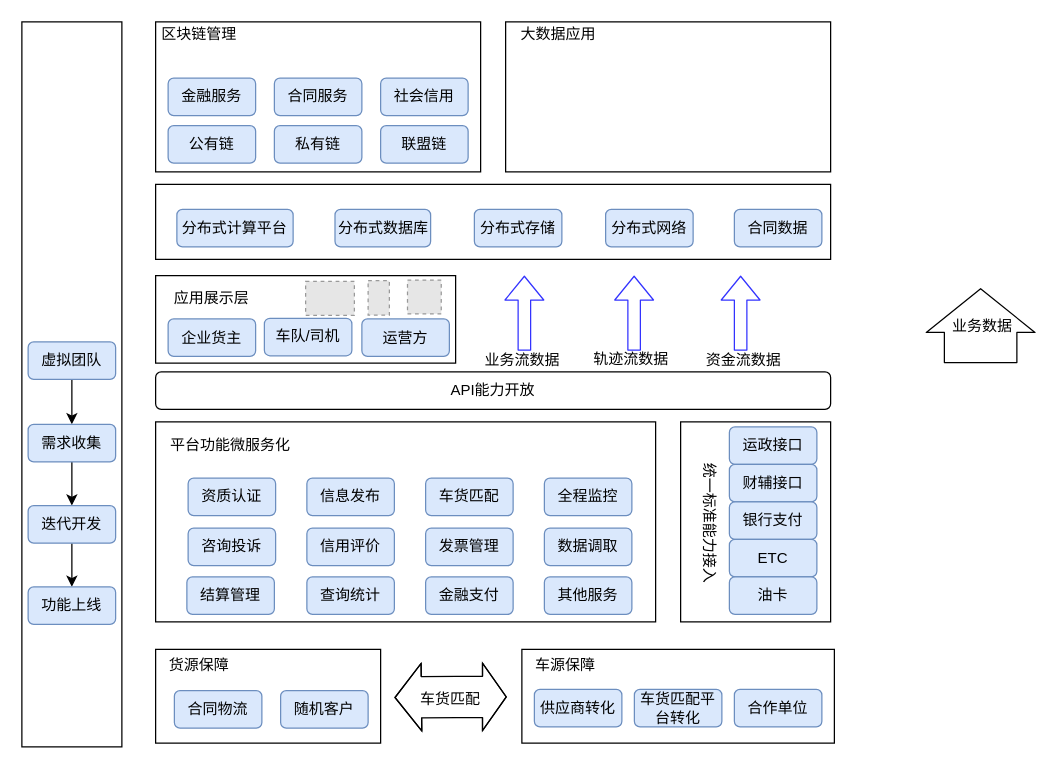
Before: 平台业务架构.drawio in chenyibang/rdpwrap, a draw.io diagram. Source tidied: cells renumbered, new cells numbered last; positions are measured from the earlier drawing's top-left corner, leaving out a move shared by most shapes. Both pictures are drawn from the tidied source at 125%, with x=0, y=0 at pixel (21, 21). Pictures stored in the file or linked from it are replaced by grey dashed boxes.
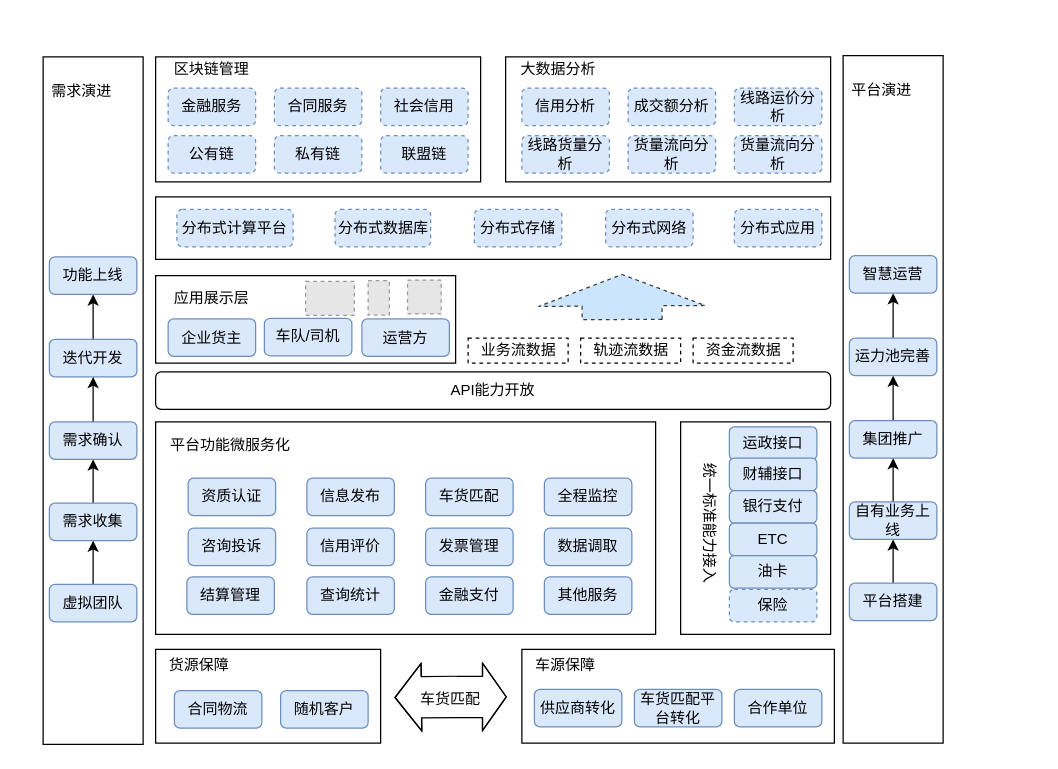
After the change.

Commit message (it also covers changes not shown here):
更新平台业务架构.drawio

What changed in the source:
```diff
@@
     <mxCell id="3" style="rounded=0;whiteSpace=wrap;html=1;" parent="1" vertex="1">
-      <mxGeometry x="107" y="320" width="400" height="160" as="geometry" />
+      <mxGeometry x="107" y="320" width="400" height="170" as="geometry" />
     </mxCell>
     <mxCell id="4" style="rounded=0;whiteSpace=wrap;html=1;" parent="1" vertex="1">
-      <mxGeometry x="527" y="320" width="120" height="160" as="geometry" />
+      <mxGeometry x="527" y="320" width="120" height="170" as="geometry" />
     </mxCell>
-    <mxCell id="5" style="shape=flexArrow;endArrow=classic;html=1;width=58;endSize=11.33;endWidth=28;" parent="1" edge="1">
-      <mxGeometry relative="1" as="geometry">
-        <mxPoint x="767" y="273" as="sourcePoint" />
-        <mxPoint x="767" y="213" as="targetPoint" />
-      </mxGeometry>
-    </mxCell>
-    <mxCell id="6" value="业务数据" style="text;html=1;align=center;verticalAlign=middle;labelBackgroundColor=#ffffff;" parent="5" vertex="1">
-      <mxGeometry x="-0.03" y="13" relative="1" as="geometry">
-        <mxPoint x="13" y="-0.4" as="offset" />
-      </mxGeometry>
-    </mxCell>
@@
     <mxCell id="17" value="运政接口" style="rounded=1;whiteSpace=wrap;html=1;fillColor=#dae8fc;strokeColor=#6c8ebf;strokeWidth=1;gradientColor=none;" parent="1" vertex="1">
-      <mxGeometry x="566" y="324" width="70" height="30" as="geometry" />
+      <mxGeometry x="566" y="324" width="70" height="26" as="geometry" />
     </mxCell>
     <mxCell id="18" value="财辅接口" style="rounded=1;whiteSpace=wrap;html=1;fillColor=#dae8fc;strokeColor=#6c8ebf;" parent="1" vertex="1">
-      <mxGeometry x="566" y="354" width="70" height="30" as="geometry" />
+      <mxGeometry x="566" y="349" width="70" height="26" as="geometry" />
     </mxCell>
     <mxCell id="19" value="银行支付" style="rounded=1;whiteSpace=wrap;html=1;fillColor=#dae8fc;strokeColor=#6c8ebf;" parent="1" vertex="1">
-      <mxGeometry x="566" y="384" width="70" height="30" as="geometry" />
+      <mxGeometry x="566" y="375" width="70" height="26" as="geometry" />
     </mxCell>
     <mxCell id="20" value="ETC" style="rounded=1;whiteSpace=wrap;html=1;fillColor=#dae8fc;strokeColor=#6c8ebf;" parent="1" vertex="1">
-      <mxGeometry x="566" y="414" width="70" height="30" as="geometry" />
+      <mxGeometry x="566" y="401" width="70" height="26" as="geometry" />
     </mxCell>
     <mxCell id="21" value="油卡" style="rounded=1;whiteSpace=wrap;html=1;fillColor=#dae8fc;strokeColor=#6c8ebf;" parent="1" vertex="1">
-      <mxGeometry x="566" y="444" width="70" height="30" as="geometry" />
+      <mxGeometry x="566" y="427" width="70" height="26" as="geometry" />
     </mxCell>
@@
     <mxCell id="35" style="rounded=0;whiteSpace=wrap;html=1;" parent="1" vertex="1">
-      <mxGeometry width="80" height="580" as="geometry" />
+      <mxGeometry x="17" y="28" width="80" height="550" as="geometry" />
     </mxCell>
-    <mxCell id="36" style="edgeStyle=orthogonalEdgeStyle;rounded=0;jettySize=auto;html=1;" parent="1" edge="1" source="37" target="39">
-      <mxGeometry relative="1" as="geometry" />
-    </mxCell>
+    <mxCell id="75" style="edgeStyle=orthogonalEdgeStyle;rounded=0;jettySize=auto;html=1;entryX=0.5;entryY=1;entryDx=0;entryDy=0;strokeColor=#000000;" parent="1" edge="1" source="37" target="79">
+      <mxGeometry relative="1" as="geometry" />
+    </mxCell>
-    <mxCell id="37" value="虚拟团队" style="rounded=1;whiteSpace=wrap;html=1;fillColor=#dae8fc;strokeColor=#6c8ebf;" parent="1" vertex="1">
-      <mxGeometry x="5" y="256" width="70" height="30" as="geometry" />
+    <mxCell id="37" value="迭代开发" style="rounded=1;whiteSpace=wrap;html=1;fillColor=#dae8fc;strokeColor=#6c8ebf;" parent="1" vertex="1">
+      <mxGeometry x="22" y="254" width="70" height="30" as="geometry" />
     </mxCell>
-    <mxCell id="38" style="edgeStyle=orthogonalEdgeStyle;rounded=0;jettySize=auto;html=1;" parent="1" edge="1" source="39" target="41">
-      <mxGeometry relative="1" as="geometry" />
-    </mxCell>
+    <mxCell id="76" style="edgeStyle=orthogonalEdgeStyle;rounded=0;jettySize=auto;html=1;entryX=0.5;entryY=1;entryDx=0;entryDy=0;strokeColor=#000000;" parent="1" edge="1" source="39" target="37">
+      <mxGeometry relative="1" as="geometry" />
+    </mxCell>
-    <mxCell id="39" value="需求收集" style="rounded=1;whiteSpace=wrap;html=1;fillColor=#dae8fc;strokeColor=#6c8ebf;" parent="1" vertex="1">
-      <mxGeometry x="5" y="322" width="70" height="30" as="geometry" />
+    <mxCell id="39" value="需求确认" style="rounded=1;whiteSpace=wrap;html=1;fillColor=#dae8fc;strokeColor=#6c8ebf;" parent="1" vertex="1">
+      <mxGeometry x="22" y="320" width="70" height="30" as="geometry" />
     </mxCell>
-    <mxCell id="40" style="edgeStyle=orthogonalEdgeStyle;rounded=0;jettySize=auto;html=1;" parent="1" edge="1" source="41" target="42">
-      <mxGeometry relative="1" as="geometry" />
-    </mxCell>
+    <mxCell id="77" style="edgeStyle=orthogonalEdgeStyle;rounded=0;jettySize=auto;html=1;entryX=0.5;entryY=1;entryDx=0;entryDy=0;strokeColor=#000000;" parent="1" edge="1" source="41" target="39">
+      <mxGeometry relative="1" as="geometry" />
+    </mxCell>
-    <mxCell id="41" value="迭代开发" style="rounded=1;whiteSpace=wrap;html=1;fillColor=#dae8fc;strokeColor=#6c8ebf;" parent="1" vertex="1">
-      <mxGeometry x="5" y="387" width="70" height="30" as="geometry" />
+    <mxCell id="41" value="需求收集" style="rounded=1;whiteSpace=wrap;html=1;fillColor=#dae8fc;strokeColor=#6c8ebf;" parent="1" vertex="1">
+      <mxGeometry x="22" y="385" width="70" height="30" as="geometry" />
     </mxCell>
+    <mxCell id="78" style="edgeStyle=orthogonalEdgeStyle;rounded=0;jettySize=auto;html=1;entryX=0.5;entryY=1;entryDx=0;entryDy=0;strokeColor=#000000;" parent="1" edge="1" source="42" target="41">
+      <mxGeometry relative="1" as="geometry" />
+    </mxCell>
-    <mxCell id="42" value="功能上线" style="rounded=1;whiteSpace=wrap;html=1;fillColor=#dae8fc;strokeColor=#6c8ebf;" parent="1" vertex="1">
-      <mxGeometry x="5" y="452" width="70" height="30" as="geometry" />
+    <mxCell id="42" value="虚拟团队" style="rounded=1;whiteSpace=wrap;html=1;fillColor=#dae8fc;strokeColor=#6c8ebf;" parent="1" vertex="1">
+      <mxGeometry x="22" y="450" width="70" height="30" as="geometry" />
     </mxCell>
+    <mxCell id="79" value="功能上线" style="rounded=1;whiteSpace=wrap;html=1;fillColor=#dae8fc;strokeColor=#6c8ebf;" parent="1" vertex="1">
+      <mxGeometry x="22" y="188" width="70" height="30" as="geometry" />
+    </mxCell>
@@
     <mxCell id="53" style="rounded=0;whiteSpace=wrap;html=1;" parent="1" vertex="1">
-      <mxGeometry x="107" y="130" width="540" height="60" as="geometry" />
+      <mxGeometry x="107" y="140" width="540" height="50" as="geometry" />
     </mxCell>
-    <mxCell id="54" style="endArrow=classic;html=1;shape=flexArrow;strokeColor=#3333FF;" parent="1" edge="1">
-      <mxGeometry relative="1" as="geometry">
-        <mxPoint x="402" y="263" as="sourcePoint" />
-        <mxPoint x="402" y="203" as="targetPoint" />
-      </mxGeometry>
-    </mxCell>
-    <mxCell id="55" value="业务流数据" style="text;html=1;align=center;verticalAlign=middle;" parent="1" vertex="1">
-      <mxGeometry x="360" y="261" width="80" height="20" as="geometry" />
+    <mxCell id="55" value="业务流数据" style="text;html=1;align=center;verticalAlign=middle;rounded=0;strokeColor=#000000;dashed=1;" parent="1" vertex="1">
+      <mxGeometry x="357" y="253" width="80" height="20" as="geometry" />
     </mxCell>
-    <mxCell id="56" style="endArrow=classic;html=1;strokeColor=#3333FF;shape=flexArrow;" parent="1" edge="1">
+    <mxCell id="56" style="endArrow=classic;html=1;strokeColor=#36393d;shape=flexArrow;endWidth=68;endSize=8.05;width=64;fillColor=#cce5ff;dashed=1;" parent="1" edge="1">
       <mxGeometry relative="1" as="geometry">
-        <mxPoint x="489.8" y="263" as="sourcePoint" />
-        <mxPoint x="489.8" y="203" as="targetPoint" />
+        <mxPoint x="480.2" y="238.6" as="sourcePoint" />
+        <mxPoint x="480" y="201.6" as="targetPoint" />
       </mxGeometry>
     </mxCell>
-    <mxCell id="57" value="轨迹流数据" style="text;html=1;align=center;verticalAlign=middle;" parent="1" vertex="1">
-      <mxGeometry x="447" y="260" width="80" height="20" as="geometry" />
+    <mxCell id="57" value="轨迹流数据" style="text;html=1;align=center;verticalAlign=middle;strokeColor=#000000;dashed=1;" parent="1" vertex="1">
+      <mxGeometry x="447" y="253" width="80" height="20" as="geometry" />
     </mxCell>
-    <mxCell id="58" style="endArrow=classic;html=1;strokeColor=#3333FF;shape=flexArrow;" parent="1" edge="1">
-      <mxGeometry relative="1" as="geometry">
-        <mxPoint x="575" y="263" as="sourcePoint" />
-        <mxPoint x="575" y="203" as="targetPoint" />
-      </mxGeometry>
-    </mxCell>
-    <mxCell id="59" value="资金流数据" style="text;html=1;align=center;verticalAlign=middle;" parent="1" vertex="1">
-      <mxGeometry x="537" y="261" width="80" height="20" as="geometry" />
+    <mxCell id="59" value="资金流数据" style="text;html=1;align=center;verticalAlign=middle;strokeColor=#000000;dashed=1;" parent="1" vertex="1">
+      <mxGeometry x="537" y="253" width="80" height="20" as="geometry" />
     </mxCell>
-    <mxCell id="60" value="分布式计算平台" style="rounded=1;whiteSpace=wrap;html=1;fillColor=#dae8fc;strokeColor=#6c8ebf;" parent="1" vertex="1">
+    <mxCell id="60" value="分布式计算平台" style="rounded=1;whiteSpace=wrap;html=1;fillColor=#dae8fc;strokeColor=#6c8ebf;dashed=1;" parent="1" vertex="1">
       <mxGeometry x="124" y="150" width="93" height="30" as="geometry" />
     </mxCell>
-    <mxCell id="61" value="分布式数据库" style="rounded=1;whiteSpace=wrap;html=1;fillColor=#dae8fc;strokeColor=#6c8ebf;" parent="1" vertex="1">
+    <mxCell id="61" value="分布式数据库" style="rounded=1;whiteSpace=wrap;html=1;fillColor=#dae8fc;strokeColor=#6c8ebf;dashed=1;" parent="1" vertex="1">
       <mxGeometry x="250.5" y="150" width="76.5" height="30" as="geometry" />
     </mxCell>
-    <mxCell id="62" value="分布式存储" style="rounded=1;whiteSpace=wrap;html=1;fillColor=#dae8fc;strokeColor=#6c8ebf;" parent="1" vertex="1">
+    <mxCell id="62" value="分布式存储" style="rounded=1;whiteSpace=wrap;html=1;fillColor=#dae8fc;strokeColor=#6c8ebf;dashed=1;" parent="1" vertex="1">
       <mxGeometry x="362" y="150" width="70" height="30" as="geometry" />
     </mxCell>
-    <mxCell id="63" value="分布式网络" style="rounded=1;whiteSpace=wrap;html=1;fillColor=#dae8fc;strokeColor=#6c8ebf;" parent="1" vertex="1">
+    <mxCell id="63" value="分布式网络" style="rounded=1;whiteSpace=wrap;html=1;fillColor=#dae8fc;strokeColor=#6c8ebf;dashed=1;" parent="1" vertex="1">
       <mxGeometry x="467" y="150" width="70" height="30" as="geometry" />
     </mxCell>
-    <mxCell id="64" value="合同数据" style="rounded=1;whiteSpace=wrap;html=1;fillColor=#dae8fc;strokeColor=#6c8ebf;" parent="1" vertex="1">
+    <mxCell id="64" value="分布式应用" style="rounded=1;whiteSpace=wrap;html=1;fillColor=#dae8fc;strokeColor=#6c8ebf;dashed=1;" parent="1" vertex="1">
       <mxGeometry x="570" y="150" width="70" height="30" as="geometry" />
     </mxCell>
     <mxCell id="65" style="rounded=0;whiteSpace=wrap;html=1;strokeWidth=1;gradientColor=none;" parent="1" vertex="1">
-      <mxGeometry x="107" width="260" height="120" as="geometry" />
+      <mxGeometry x="107" y="28" width="260" height="100" as="geometry" />
     </mxCell>
     <mxCell id="66" style="rounded=0;whiteSpace=wrap;html=1;strokeWidth=1;gradientColor=none;" parent="1" vertex="1">
-      <mxGeometry x="387" width="260" height="120" as="geometry" />
+      <mxGeometry x="387" y="28" width="260" height="100" as="geometry" />
     </mxCell>
     <mxCell id="67" value="区块链管理" style="text;html=1;strokeColor=none;fillColor=none;align=center;verticalAlign=middle;whiteSpace=wrap;rounded=0;" parent="1" vertex="1">
-      <mxGeometry x="107" width="70" height="20" as="geometry" />
+      <mxGeometry x="117" y="28" width="70" height="20" as="geometry" />
     </mxCell>
-    <mxCell id="68" value="大数据应用" style="text;html=1;strokeColor=none;fillColor=none;align=center;verticalAlign=middle;whiteSpace=wrap;rounded=0;" parent="1" vertex="1">
-      <mxGeometry x="392" width="75" height="20" as="geometry" />
+    <mxCell id="68" value="大数据分析" style="text;html=1;strokeColor=none;fillColor=none;align=center;verticalAlign=middle;whiteSpace=wrap;rounded=0;" parent="1" vertex="1">
+      <mxGeometry x="392" y="28" width="75" height="20" as="geometry" />
     </mxCell>
-    <mxCell id="69" value="金融服务" style="rounded=1;whiteSpace=wrap;html=1;fillColor=#dae8fc;strokeColor=#6c8ebf;" parent="1" vertex="1">
-      <mxGeometry x="117" y="45" width="70" height="30" as="geometry" />
+    <mxCell id="69" value="金融服务" style="rounded=1;whiteSpace=wrap;html=1;fillColor=#dae8fc;strokeColor=#6c8ebf;dashed=1;" parent="1" vertex="1">
+      <mxGeometry x="117" y="53" width="70" height="30" as="geometry" />
     </mxCell>
-    <mxCell id="70" value="合同服务" style="rounded=1;whiteSpace=wrap;html=1;fillColor=#dae8fc;strokeColor=#6c8ebf;" parent="1" vertex="1">
-      <mxGeometry x="202" y="45" width="70" height="30" as="geometry" />
+    <mxCell id="70" value="合同服务" style="rounded=1;whiteSpace=wrap;html=1;fillColor=#dae8fc;strokeColor=#6c8ebf;dashed=1;" parent="1" vertex="1">
+      <mxGeometry x="202" y="53" width="70" height="30" as="geometry" />
     </mxCell>
-    <mxCell id="71" value="社会信用" style="rounded=1;whiteSpace=wrap;html=1;fillColor=#dae8fc;strokeColor=#6c8ebf;" parent="1" vertex="1">
-      <mxGeometry x="287" y="45" width="70" height="30" as="geometry" />
+    <mxCell id="71" value="社会信用" style="rounded=1;whiteSpace=wrap;html=1;fillColor=#dae8fc;strokeColor=#6c8ebf;dashed=1;" parent="1" vertex="1">
+      <mxGeometry x="287" y="53" width="70" height="30" as="geometry" />
     </mxCell>
-    <mxCell id="72" value="公有链" style="rounded=1;whiteSpace=wrap;html=1;fillColor=#dae8fc;strokeColor=#6c8ebf;" parent="1" vertex="1">
-      <mxGeometry x="117" y="83" width="70" height="30" as="geometry" />
+    <mxCell id="72" value="公有链" style="rounded=1;whiteSpace=wrap;html=1;fillColor=#dae8fc;strokeColor=#6c8ebf;dashed=1;" parent="1" vertex="1">
+      <mxGeometry x="117" y="91" width="70" height="30" as="geometry" />
     </mxCell>
-    <mxCell id="73" value="私有链" style="rounded=1;whiteSpace=wrap;html=1;fillColor=#dae8fc;strokeColor=#6c8ebf;" parent="1" vertex="1">
-      <mxGeometry x="202" y="83" width="70" height="30" as="geometry" />
+    <mxCell id="73" value="私有链" style="rounded=1;whiteSpace=wrap;html=1;fillColor=#dae8fc;strokeColor=#6c8ebf;dashed=1;" parent="1" vertex="1">
+      <mxGeometry x="202" y="91" width="70" height="30" as="geometry" />
     </mxCell>
-    <mxCell id="74" value="联盟链" style="rounded=1;whiteSpace=wrap;html=1;fillColor=#dae8fc;strokeColor=#6c8ebf;" parent="1" vertex="1">
-      <mxGeometry x="287" y="83" width="70" height="30" as="geometry" />
+    <mxCell id="74" value="联盟链" style="rounded=1;whiteSpace=wrap;html=1;fillColor=#dae8fc;strokeColor=#6c8ebf;dashed=1;" parent="1" vertex="1">
+      <mxGeometry x="287" y="91" width="70" height="30" as="geometry" />
     </mxCell>
+    <mxCell id="80" value="信用分析" style="rounded=1;whiteSpace=wrap;html=1;fillColor=#dae8fc;strokeColor=#6c8ebf;dashed=1;" parent="1" vertex="1">
+      <mxGeometry x="400" y="53" width="70" height="30" as="geometry" />
+    </mxCell>
+    <mxCell id="81" value="成交额分析" style="rounded=1;whiteSpace=wrap;html=1;fillColor=#dae8fc;strokeColor=#6c8ebf;dashed=1;" parent="1" vertex="1">
+      <mxGeometry x="485" y="53" width="70" height="30" as="geometry" />
+    </mxCell>
+    <mxCell id="82" value="线路运价分析" style="rounded=1;whiteSpace=wrap;html=1;fillColor=#dae8fc;strokeColor=#6c8ebf;dashed=1;" parent="1" vertex="1">
+      <mxGeometry x="570" y="53" width="70" height="30" as="geometry" />
+    </mxCell>
+    <mxCell id="83" value="线路货量分析" style="rounded=1;whiteSpace=wrap;html=1;fillColor=#dae8fc;strokeColor=#6c8ebf;dashed=1;" parent="1" vertex="1">
+      <mxGeometry x="400" y="91" width="70" height="30" as="geometry" />
+    </mxCell>
+    <mxCell id="84" value="货量流向分析" style="rounded=1;whiteSpace=wrap;html=1;fillColor=#dae8fc;strokeColor=#6c8ebf;dashed=1;" parent="1" vertex="1">
+      <mxGeometry x="485" y="91" width="70" height="30" as="geometry" />
+    </mxCell>
+    <mxCell id="85" value="货量流向分析" style="rounded=1;whiteSpace=wrap;html=1;fillColor=#dae8fc;strokeColor=#6c8ebf;dashed=1;" parent="1" vertex="1">
+      <mxGeometry x="570" y="91" width="70" height="30" as="geometry" />
+    </mxCell>
+    <mxCell id="86" value="需求演进" style="text;html=1;strokeColor=none;fillColor=none;align=center;verticalAlign=middle;whiteSpace=wrap;rounded=0;" parent="1" vertex="1">
+      <mxGeometry x="22" y="46" width="52" height="20" as="geometry" />
+    </mxCell>
+    <mxCell id="87" style="rounded=0;whiteSpace=wrap;html=1;" parent="1" vertex="1">
+      <mxGeometry x="657" y="27" width="80" height="550" as="geometry" />
+    </mxCell>
+    <mxCell id="88" style="edgeStyle=orthogonalEdgeStyle;rounded=0;jettySize=auto;html=1;entryX=0.5;entryY=1;entryDx=0;entryDy=0;strokeColor=#000000;" parent="1" edge="1" source="89" target="96">
+      <mxGeometry relative="1" as="geometry" />
+    </mxCell>
+    <mxCell id="89" value="运力池完善" style="rounded=1;whiteSpace=wrap;html=1;fillColor=#dae8fc;strokeColor=#6c8ebf;" parent="1" vertex="1">
+      <mxGeometry x="662" y="253" width="70" height="30" as="geometry" />
+    </mxCell>
+    <mxCell id="90" style="edgeStyle=orthogonalEdgeStyle;rounded=0;jettySize=auto;html=1;entryX=0.5;entryY=1;entryDx=0;entryDy=0;strokeColor=#000000;" parent="1" edge="1" source="91" target="89">
+      <mxGeometry relative="1" as="geometry" />
+    </mxCell>
+    <mxCell id="91" value="集团推广" style="rounded=1;whiteSpace=wrap;html=1;fillColor=#dae8fc;strokeColor=#6c8ebf;" parent="1" vertex="1">
+      <mxGeometry x="662" y="319" width="70" height="30" as="geometry" />
+    </mxCell>
+    <mxCell id="92" style="edgeStyle=orthogonalEdgeStyle;rounded=0;jettySize=auto;html=1;entryX=0.5;entryY=1;entryDx=0;entryDy=0;strokeColor=#000000;" parent="1" edge="1" source="93" target="91">
+      <mxGeometry relative="1" as="geometry" />
+    </mxCell>
+    <mxCell id="93" value="自有业务上线" style="rounded=1;whiteSpace=wrap;html=1;fillColor=#dae8fc;strokeColor=#6c8ebf;" parent="1" vertex="1">
+      <mxGeometry x="662" y="384" width="70" height="30" as="geometry" />
+    </mxCell>
+    <mxCell id="94" style="edgeStyle=orthogonalEdgeStyle;rounded=0;jettySize=auto;html=1;entryX=0.5;entryY=1;entryDx=0;entryDy=0;strokeColor=#000000;" parent="1" edge="1" source="95" target="93">
+      <mxGeometry relative="1" as="geometry" />
+    </mxCell>
+    <mxCell id="95" value="平台搭建" style="rounded=1;whiteSpace=wrap;html=1;fillColor=#dae8fc;strokeColor=#6c8ebf;" parent="1" vertex="1">
+      <mxGeometry x="662" y="449" width="70" height="30" as="geometry" />
+    </mxCell>
+    <mxCell id="96" value="智慧运营" style="rounded=1;whiteSpace=wrap;html=1;fillColor=#dae8fc;strokeColor=#6c8ebf;" parent="1" vertex="1">
+      <mxGeometry x="662" y="187" width="70" height="30" as="geometry" />
+    </mxCell>
+    <mxCell id="97" value="平台演进" style="text;html=1;strokeColor=none;fillColor=none;align=center;verticalAlign=middle;whiteSpace=wrap;rounded=0;" parent="1" vertex="1">
+      <mxGeometry x="662" y="45" width="52" height="20" as="geometry" />
+    </mxCell>
+    <mxCell id="98" style="edgeStyle=orthogonalEdgeStyle;rounded=0;orthogonalLoop=1;jettySize=auto;html=1;exitX=0.5;exitY=1;exitDx=0;exitDy=0;strokeColor=#000000;" parent="1" edge="1" source="18" target="18">
+      <mxGeometry relative="1" as="geometry" />
+    </mxCell>
+    <mxCell id="99" value="保险" style="rounded=1;whiteSpace=wrap;html=1;fillColor=#dae8fc;strokeColor=#6c8ebf;dashed=1;" parent="1" vertex="1">
+      <mxGeometry x="566" y="454" width="70" height="26" as="geometry" />
+    </mxCell>
```
